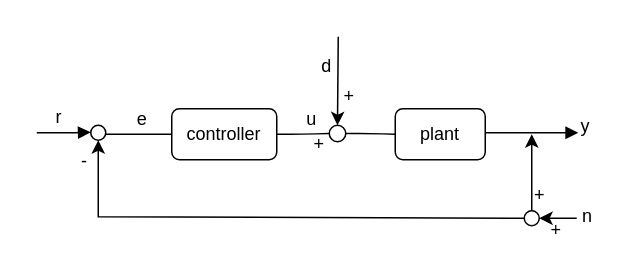
Earlier version of the draw.io diagram _static/images/block_diagrams/noise_disturbances.drawio (suann124/AIinTeaching_Archive). Source tidied: cells renumbered, new cells numbered last; positions are measured from the earlier drawing's top-left corner, leaving out a move shared by most shapes. Both pictures are drawn from the tidied source at 150%, with x=0, y=0 at pixel (33, 36).
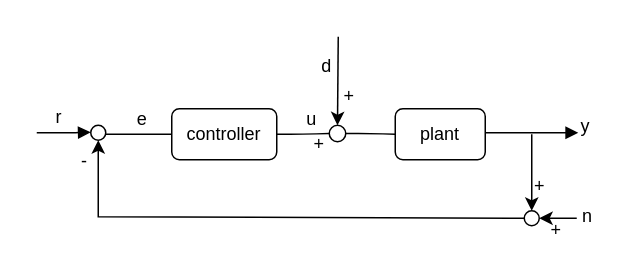
After the change.

The change refers to these unchanged cells:
```xml
<mxCell id="7" style="ellipse;whiteSpace=wrap;html=1;fillColor=none;" parent="1" vertex="1">
  <mxGeometry x="327" y="116" width="10" height="10" as="geometry" />
</mxCell>
```

What changed in the source:
```diff
@@
-    <mxCell id="18" style="endArrow=classic;html=1;rounded=0;exitX=0.5;exitY=0;exitDx=0;exitDy=0;" parent="1" edge="1" source="7">
-      <mxGeometry relative="1" as="geometry">
-        <mxPoint x="332" y="65" as="targetPoint" />
-      </mxGeometry>
-    </mxCell>
@@
-    <mxCell id="24" value="+" style="text;html=1;strokeColor=none;fillColor=none;align=right;verticalAlign=middle;" parent="1" vertex="1">
-      <mxGeometry x="322" y="96" width="20" height="20" as="geometry" />
-    </mxCell>
@@
+    <mxCell id="27" style="endArrow=classic;html=1;rounded=0;entryX=0.5;entryY=1;entryDx=0;entryDy=0;" parent="1" edge="1">
+      <mxGeometry relative="1" as="geometry">
+        <mxPoint x="332" y="65" as="sourcePoint" />
+        <mxPoint x="332" y="116" as="targetPoint" />
+      </mxGeometry>
+    </mxCell>
+    <mxCell id="24" value="+" style="text;html=1;strokeColor=none;fillColor=none;align=right;verticalAlign=middle;" parent="1" vertex="1">
+      <mxGeometry x="322" y="90" width="20" height="20" as="geometry" />
+    </mxCell>
```
